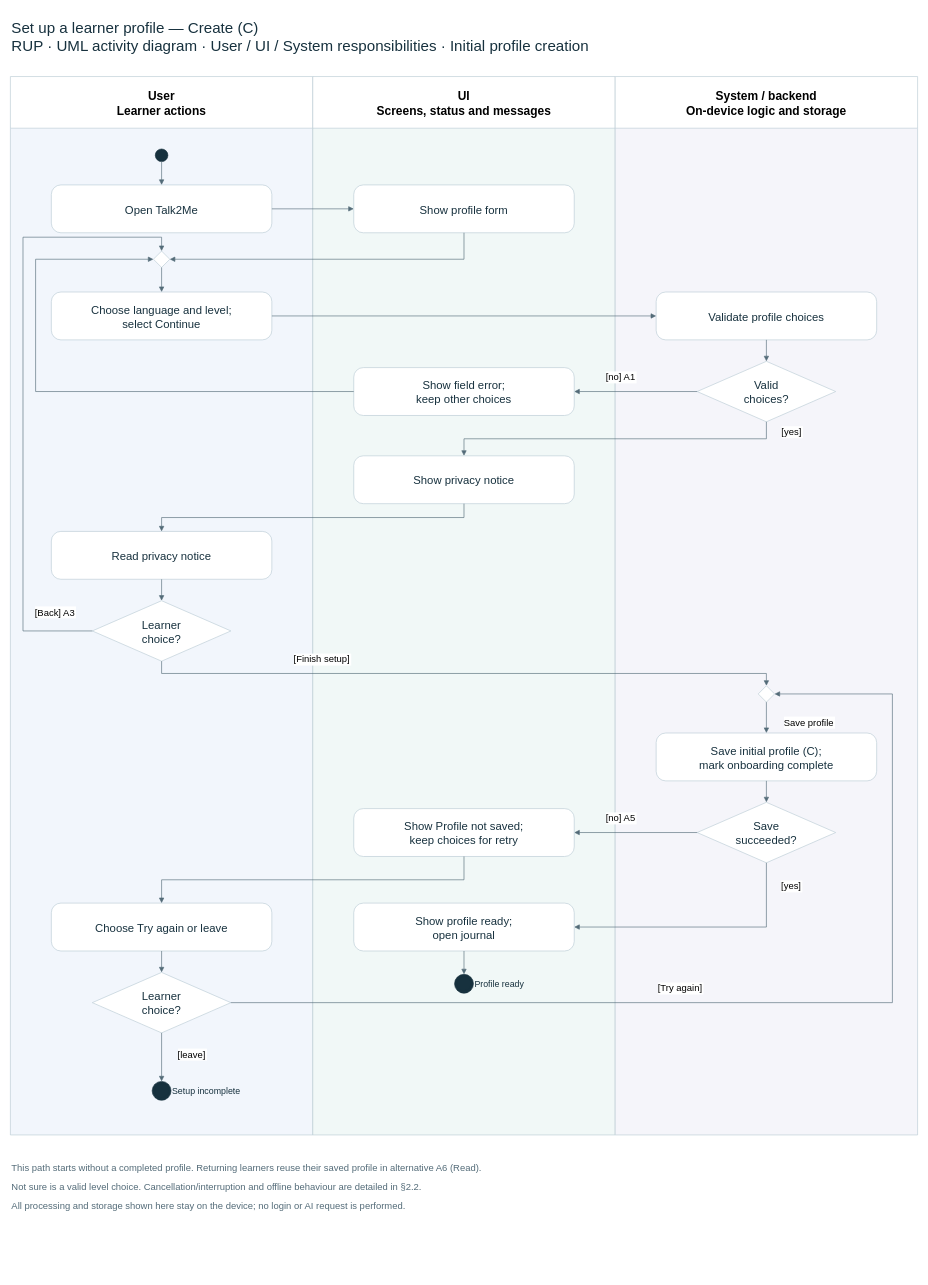
This is page "UC-O01 activity" (1 of 3) of docs/UCs/assets/Talk2Me_Activity_Diagrams.drawio from hwnest25/talk2me, a draw.io file, before an edit. Source tidied: cells renumbered, new cells numbered last; positions are measured from the earlier drawing's top-left corner, leaving out a move shared by most shapes. Both pictures are drawn from the tidied source at 63%, with x=0, y=0 at pixel (10, 10).
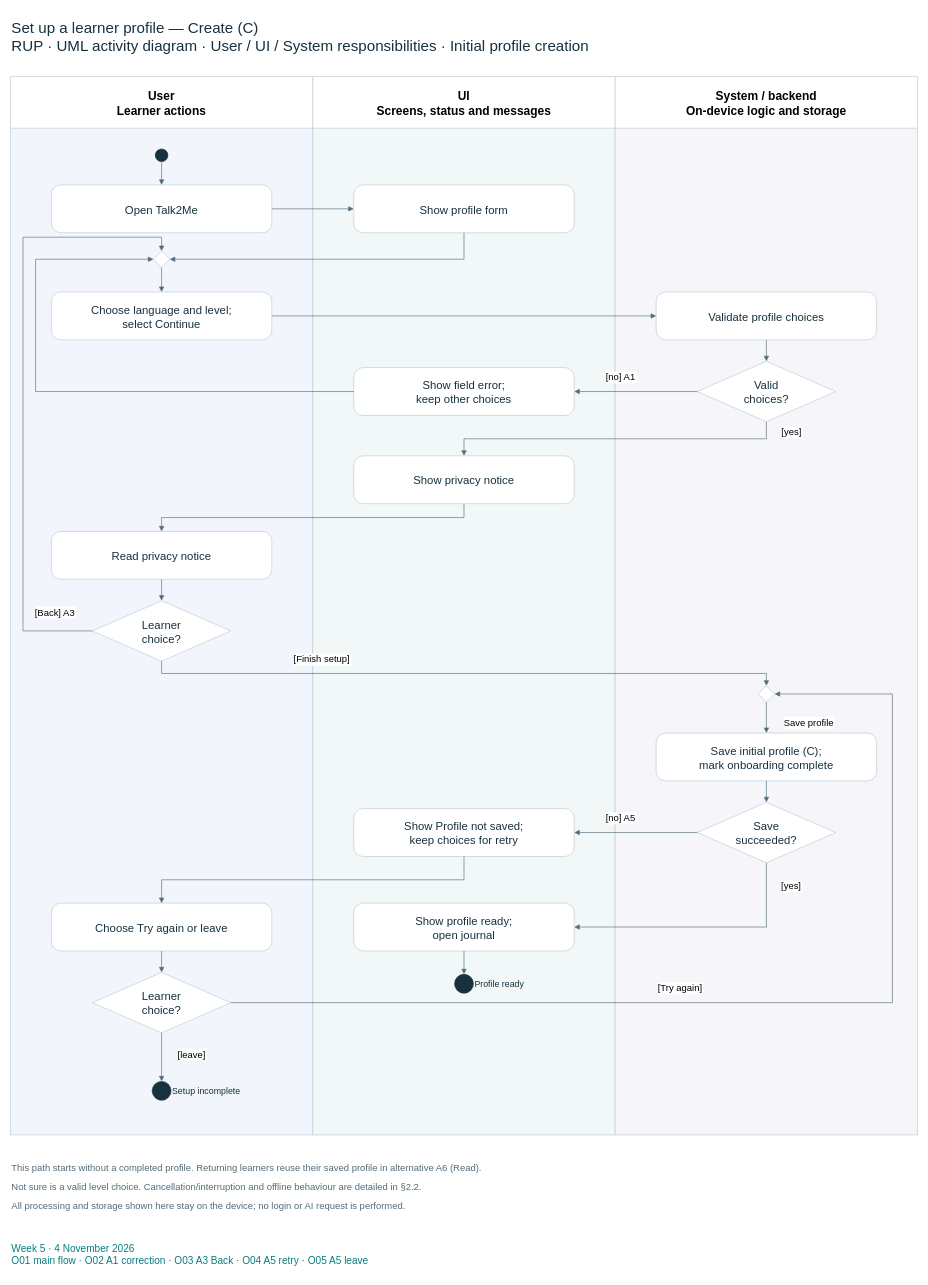
The same diagram, later.

What changed in the source:
```diff
@@
+    <mxCell id="51" value="Week 5 · 4 November 2026&#10;O01 main flow · O02 A1 correction · O03 A3 Back · O04 A5 retry · O05 A5 leave" style="text;html=0;align=left;verticalAlign=middle;fontSize=16;fontColor=#087E80;" parent="1" vertex="1">
+      <mxGeometry y="1942" width="1440" height="65" as="geometry" />
+    </mxCell>
```
